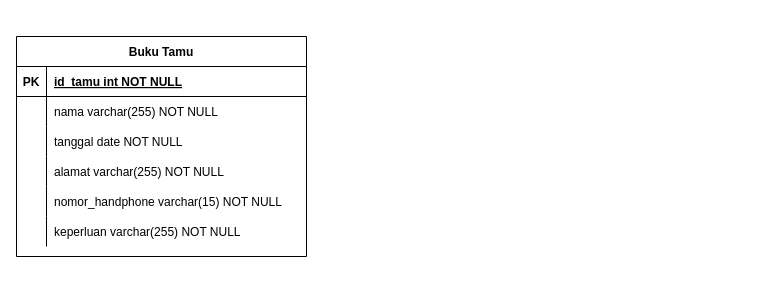
This is Database Schema.drawio from yafizh/Buku-Tamu, a draw.io file, before an edit. Source tidied: cells renumbered, new cells numbered last; positions are measured from the earlier drawing's top-left corner, leaving out a move shared by most shapes. Both pictures are drawn from the tidied source at 100%, with x=0, y=0 at pixel (16, 36).
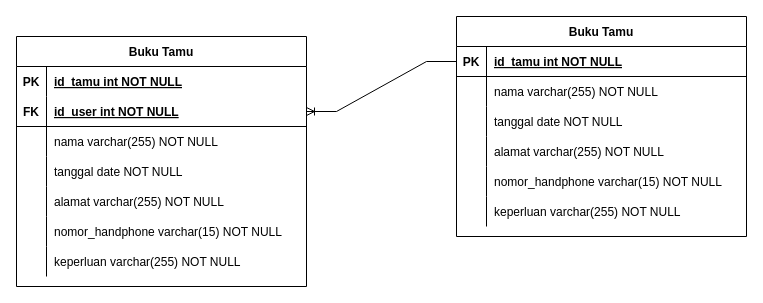
After the change.

Commit message (it also covers changes not shown here):
change database schema

Diff of the diagram source:
```diff
@@
     <mxCell id="2" value="Buku Tamu" style="shape=table;startSize=30;childLayout=tableLayout;rowLines=0;fontStyle=1;align=center;" parent="1" vertex="1">
-      <mxGeometry width="290" height="220" as="geometry" />
+      <mxGeometry width="290" height="250" as="geometry" />
     </mxCell>
+    <mxCell id="21" style="shape=partialRectangle;fillColor=none;top=0;left=0;right=0;bottom=1;strokeColor=none;" parent="2" vertex="1">
+      <mxGeometry y="30" width="290" height="30" as="geometry" />
+    </mxCell>
+    <mxCell id="22" value="PK" style="shape=partialRectangle;overflow=hidden;fillColor=none;top=0;left=0;bottom=0;right=0;fontStyle=1;" parent="21" vertex="1">
+      <mxGeometry width="30" height="30" as="geometry" />
+    </mxCell>
+    <mxCell id="23" value="id_tamu int NOT NULL " style="shape=partialRectangle;overflow=hidden;fillColor=none;top=0;left=0;bottom=0;right=0;align=left;spacingLeft=6;fontStyle=5;" parent="21" vertex="1">
+      <mxGeometry x="30" width="260" height="30" as="geometry" />
+    </mxCell>
     <mxCell id="3" style="shape=partialRectangle;fillColor=none;points=[[0,0.5],[1,0.5]];portConstraint=eastwest;top=0;left=0;right=0;bottom=1;" parent="2" vertex="1">
-      <mxGeometry y="30" width="290" height="30" as="geometry" />
+      <mxGeometry y="60" width="290" height="30" as="geometry" />
     </mxCell>
-    <mxCell id="4" value="PK" style="shape=partialRectangle;overflow=hidden;fillColor=none;top=0;left=0;bottom=0;right=0;fontStyle=1;" parent="3" vertex="1">
+    <mxCell id="4" value="FK" style="shape=partialRectangle;overflow=hidden;fillColor=none;top=0;left=0;bottom=0;right=0;fontStyle=1;" parent="3" vertex="1">
       <mxGeometry width="30" height="30" as="geometry" />
     </mxCell>
-    <mxCell id="5" value="id_tamu int NOT NULL " style="shape=partialRectangle;overflow=hidden;fillColor=none;top=0;left=0;bottom=0;right=0;align=left;spacingLeft=6;fontStyle=5;" parent="3" vertex="1">
+    <mxCell id="5" value="id_user int NOT NULL " style="shape=partialRectangle;overflow=hidden;fillColor=none;top=0;left=0;bottom=0;right=0;align=left;spacingLeft=6;fontStyle=5;" parent="3" vertex="1">
       <mxGeometry x="30" width="260" height="30" as="geometry" />
     </mxCell>
     <mxCell id="6" style="shape=partialRectangle;fillColor=none;top=0;left=0;right=0;bottom=0;" parent="2" vertex="1">
-      <mxGeometry y="60" width="290" height="30" as="geometry" />
+      <mxGeometry y="90" width="290" height="30" as="geometry" />
     </mxCell>
@@
     <mxCell id="9" style="shape=partialRectangle;fillColor=none;top=0;left=0;right=0;bottom=0;" parent="2" vertex="1">
-      <mxGeometry y="90" width="290" height="30" as="geometry" />
+      <mxGeometry y="120" width="290" height="30" as="geometry" />
     </mxCell>
@@
     <mxCell id="12" style="shape=partialRectangle;fillColor=none;top=0;left=0;right=0;bottom=0;" parent="2" vertex="1">
-      <mxGeometry y="120" width="290" height="30" as="geometry" />
+      <mxGeometry y="150" width="290" height="30" as="geometry" />
     </mxCell>
@@
     <mxCell id="15" style="shape=partialRectangle;fillColor=none;top=0;left=0;right=0;bottom=0;" parent="2" vertex="1">
-      <mxGeometry y="150" width="290" height="30" as="geometry" />
+      <mxGeometry y="180" width="290" height="30" as="geometry" />
     </mxCell>
@@
     <mxCell id="18" style="shape=partialRectangle;fillColor=none;top=0;left=0;right=0;bottom=0;" parent="2" vertex="1">
-      <mxGeometry y="180" width="290" height="30" as="geometry" />
+      <mxGeometry y="210" width="290" height="30" as="geometry" />
     </mxCell>
@@
+    <mxCell id="24" value="Buku Tamu" style="shape=table;startSize=30;childLayout=tableLayout;rowLines=0;fontStyle=1;align=center;" parent="1" vertex="1">
+      <mxGeometry x="440" y="-20" width="290" height="220" as="geometry" />
+    </mxCell>
+    <mxCell id="25" style="shape=partialRectangle;fillColor=none;points=[[0,0.5],[1,0.5]];portConstraint=eastwest;top=0;left=0;right=0;bottom=1;" parent="24" vertex="1">
+      <mxGeometry y="30" width="290" height="30" as="geometry" />
+    </mxCell>
+    <mxCell id="26" value="PK" style="shape=partialRectangle;overflow=hidden;fillColor=none;top=0;left=0;bottom=0;right=0;fontStyle=1;" parent="25" vertex="1">
+      <mxGeometry width="30" height="30" as="geometry" />
+    </mxCell>
+    <mxCell id="27" value="id_tamu int NOT NULL " style="shape=partialRectangle;overflow=hidden;fillColor=none;top=0;left=0;bottom=0;right=0;align=left;spacingLeft=6;fontStyle=5;" parent="25" vertex="1">
+      <mxGeometry x="30" width="260" height="30" as="geometry" />
+    </mxCell>
+    <mxCell id="28" style="shape=partialRectangle;fillColor=none;top=0;left=0;right=0;bottom=0;" parent="24" vertex="1">
+      <mxGeometry y="60" width="290" height="30" as="geometry" />
+    </mxCell>
+    <mxCell id="29" style="shape=partialRectangle;overflow=hidden;fillColor=none;top=0;left=0;bottom=0;right=0;" parent="28" vertex="1">
+      <mxGeometry width="30" height="30" as="geometry" />
+    </mxCell>
+    <mxCell id="30" value="nama varchar(255) NOT NULL" style="shape=partialRectangle;overflow=hidden;fillColor=none;top=0;left=0;bottom=0;right=0;align=left;spacingLeft=6;" parent="28" vertex="1">
+      <mxGeometry x="30" width="260" height="30" as="geometry" />
+    </mxCell>
+    <mxCell id="31" style="shape=partialRectangle;fillColor=none;top=0;left=0;right=0;bottom=0;" parent="24" vertex="1">
+      <mxGeometry y="90" width="290" height="30" as="geometry" />
+    </mxCell>
+    <mxCell id="32" style="shape=partialRectangle;overflow=hidden;fillColor=none;top=0;left=0;bottom=0;right=0;" parent="31" vertex="1">
+      <mxGeometry width="30" height="30" as="geometry" />
+    </mxCell>
+    <mxCell id="33" value="tanggal date NOT NULL" style="shape=partialRectangle;overflow=hidden;fillColor=none;top=0;left=0;bottom=0;right=0;align=left;spacingLeft=6;" parent="31" vertex="1">
+      <mxGeometry x="30" width="260" height="30" as="geometry" />
+    </mxCell>
+    <mxCell id="34" style="shape=partialRectangle;fillColor=none;top=0;left=0;right=0;bottom=0;" parent="24" vertex="1">
+      <mxGeometry y="120" width="290" height="30" as="geometry" />
+    </mxCell>
+    <mxCell id="35" style="shape=partialRectangle;overflow=hidden;fillColor=none;top=0;left=0;bottom=0;right=0;" parent="34" vertex="1">
+      <mxGeometry width="30" height="30" as="geometry" />
+    </mxCell>
+    <mxCell id="36" value="alamat varchar(255) NOT NULL" style="shape=partialRectangle;overflow=hidden;fillColor=none;top=0;left=0;bottom=0;right=0;align=left;spacingLeft=6;" parent="34" vertex="1">
+      <mxGeometry x="30" width="260" height="30" as="geometry" />
+    </mxCell>
+    <mxCell id="37" style="shape=partialRectangle;fillColor=none;top=0;left=0;right=0;bottom=0;" parent="24" vertex="1">
+      <mxGeometry y="150" width="290" height="30" as="geometry" />
+    </mxCell>
+    <mxCell id="38" style="shape=partialRectangle;overflow=hidden;fillColor=none;top=0;left=0;bottom=0;right=0;" parent="37" vertex="1">
+      <mxGeometry width="30" height="30" as="geometry" />
+    </mxCell>
+    <mxCell id="39" value="nomor_handphone varchar(15) NOT NULL" style="shape=partialRectangle;overflow=hidden;fillColor=none;top=0;left=0;bottom=0;right=0;align=left;spacingLeft=6;" parent="37" vertex="1">
+      <mxGeometry x="30" width="260" height="30" as="geometry" />
+    </mxCell>
+    <mxCell id="40" style="shape=partialRectangle;fillColor=none;top=0;left=0;right=0;bottom=0;" parent="24" vertex="1">
+      <mxGeometry y="180" width="290" height="30" as="geometry" />
+    </mxCell>
+    <mxCell id="41" style="shape=partialRectangle;overflow=hidden;fillColor=none;top=0;left=0;bottom=0;right=0;" parent="40" vertex="1">
+      <mxGeometry width="30" height="30" as="geometry" />
+    </mxCell>
+    <mxCell id="42" value="keperluan varchar(255) NOT NULL" style="shape=partialRectangle;overflow=hidden;fillColor=none;top=0;left=0;bottom=0;right=0;align=left;spacingLeft=6;" parent="40" vertex="1">
+      <mxGeometry x="30" width="260" height="30" as="geometry" />
+    </mxCell>
+    <mxCell id="43" style="edgeStyle=entityRelationEdgeStyle;fontSize=12;html=1;endArrow=ERoneToMany;rounded=0;exitX=0;exitY=0.5;exitDx=0;exitDy=0;entryX=1;entryY=0.5;entryDx=0;entryDy=0;" parent="1" edge="1" source="25" target="3">
+      <mxGeometry relative="1" as="geometry" />
+    </mxCell>
```
